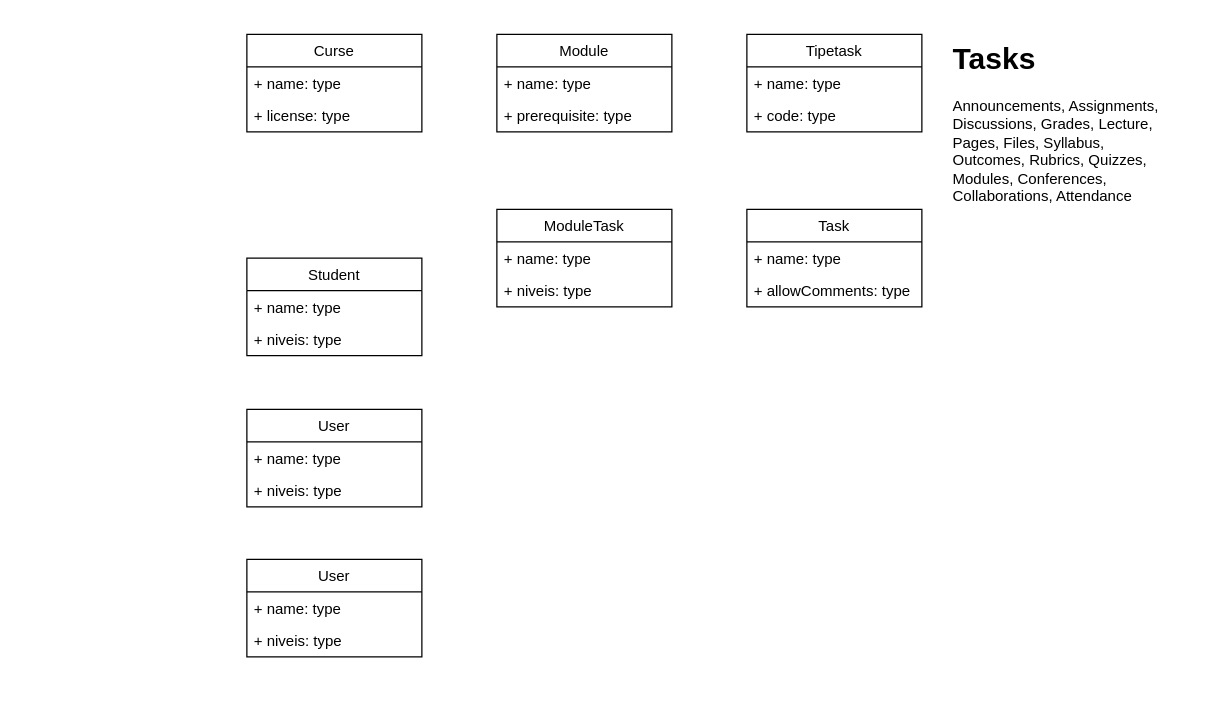
Above: page "Modelo dados" (1 of 4) of data/diagram.drawio in lutonda/lizabox-js (draw.io), before the change. Source tidied: cells renumbered, new cells numbered last; positions are measured from the earlier drawing's top-left corner, leaving out a move shared by most shapes. Both pictures are drawn from the tidied source at 125%, with x=0, y=0 at pixel (246, 34).
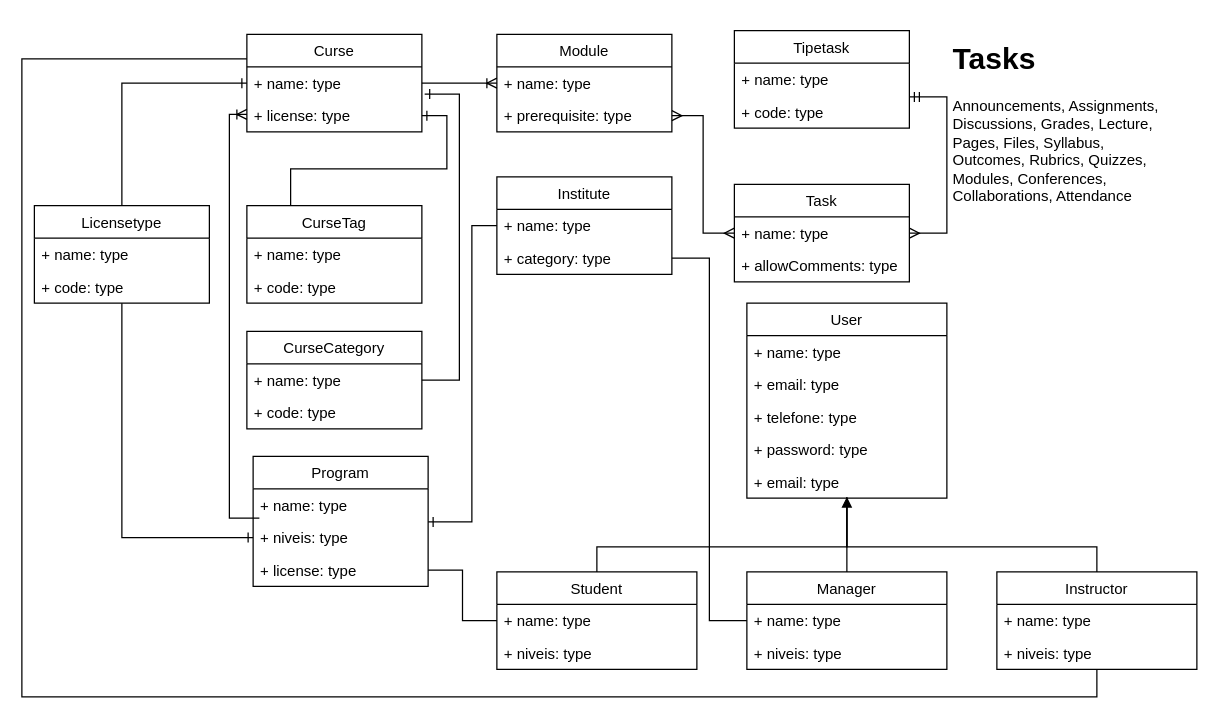
After the change.

The change refers to these unchanged cells:
```xml
<mxCell id="2" value="Curse" style="swimlane;fontStyle=0;horizontal=1;startSize=26;fillColor=none;" parent="1" vertex="1">
  <mxGeometry width="140" height="78" as="geometry" />
</mxCell>
<mxCell id="3" value="+ name: type" style="text;strokeColor=none;fillColor=none;align=left;verticalAlign=top;spacingLeft=4;spacingRight=4;overflow=hidden;points=[[0,0.5],[1,0.5]];portConstraint=eastwest;" parent="2" vertex="1">
  <mxGeometry y="26" width="140" height="26" as="geometry" />
</mxCell>
<mxCell id="4" value="+ license: type" style="text;strokeColor=none;fillColor=none;align=left;verticalAlign=top;spacingLeft=4;spacingRight=4;overflow=hidden;points=[[0,0.5],[1,0.5]];portConstraint=eastwest;" parent="2" vertex="1">
  <mxGeometry y="52" width="140" height="26" as="geometry" />
</mxCell>
<mxCell id="6" value="+ name: type" style="text;strokeColor=none;fillColor=none;align=left;verticalAlign=top;spacingLeft=4;spacingRight=4;overflow=hidden;points=[[0,0.5],[1,0.5]];portConstraint=eastwest;" parent="5" vertex="1">
  <mxGeometry y="26" width="140" height="26" as="geometry" />
</mxCell>
<mxCell id="7" value="+ prerequisite: type" style="text;strokeColor=none;fillColor=none;align=left;verticalAlign=top;spacingLeft=4;spacingRight=4;overflow=hidden;points=[[0,0.5],[1,0.5]];portConstraint=eastwest;" parent="5" vertex="1">
  <mxGeometry y="52" width="140" height="26" as="geometry" />
</mxCell>
<mxCell id="12" value="+ name: type" style="text;strokeColor=none;fillColor=none;align=left;verticalAlign=top;spacingLeft=4;spacingRight=4;overflow=hidden;points=[[0,0.5],[1,0.5]];portConstraint=eastwest;" parent="11" vertex="1">
  <mxGeometry y="26" width="140" height="26" as="geometry" />
</mxCell>
```

The edit, as a diff of the source:
```diff
@@
-    <mxCell id="8" value="ModuleTask" style="swimlane;fontStyle=0;horizontal=1;startSize=26;fillColor=none;" parent="1" vertex="1">
-      <mxGeometry x="200" y="140" width="140" height="78" as="geometry" />
-    </mxCell>
-    <mxCell id="9" value="+ name: type" style="text;strokeColor=none;fillColor=none;align=left;verticalAlign=top;spacingLeft=4;spacingRight=4;overflow=hidden;" parent="8" vertex="1">
-      <mxGeometry y="26" width="140" height="26" as="geometry" />
-    </mxCell>
-    <mxCell id="10" value="+ niveis: type" style="text;strokeColor=none;fillColor=none;align=left;verticalAlign=top;spacingLeft=4;spacingRight=4;overflow=hidden;" parent="8" vertex="1">
-      <mxGeometry y="52" width="140" height="26" as="geometry" />
-    </mxCell>
     <mxCell id="11" value="Task" style="swimlane;fontStyle=0;horizontal=1;startSize=26;fillColor=none;" parent="1" vertex="1">
-      <mxGeometry x="400" y="140" width="140" height="78" as="geometry" />
+      <mxGeometry x="390" y="120" width="140" height="78" as="geometry" />
     </mxCell>
@@
     <mxCell id="14" value="Tipetask" style="swimlane;fontStyle=0;horizontal=1;startSize=26;fillColor=none;" parent="1" vertex="1">
-      <mxGeometry x="400" width="140" height="78" as="geometry" />
+      <mxGeometry x="390" y="-3" width="140" height="78" as="geometry" />
     </mxCell>
@@
-    <mxCell id="18" value="Student" style="swimlane;fontStyle=0;horizontal=1;startSize=26;fillColor=none;" parent="1" vertex="1">
-      <mxGeometry y="179" width="140" height="78" as="geometry" />
-    </mxCell>
-    <mxCell id="19" value="+ name: type" style="text;strokeColor=none;fillColor=none;align=left;verticalAlign=top;spacingLeft=4;spacingRight=4;overflow=hidden;" parent="18" vertex="1">
-      <mxGeometry y="26" width="140" height="26" as="geometry" />
-    </mxCell>
-    <mxCell id="20" value="+ niveis: type" style="text;strokeColor=none;fillColor=none;align=left;verticalAlign=top;spacingLeft=4;spacingRight=4;overflow=hidden;" parent="18" vertex="1">
-      <mxGeometry y="52" width="140" height="26" as="geometry" />
-    </mxCell>
     <mxCell id="21" value="User" style="swimlane;fontStyle=0;horizontal=1;startSize=26;fillColor=none;" parent="1" vertex="1">
-      <mxGeometry y="300" width="140" height="78" as="geometry" />
+      <mxGeometry x="400" y="215" width="160" height="156" as="geometry" />
     </mxCell>
     <mxCell id="22" value="+ name: type" style="text;strokeColor=none;fillColor=none;align=left;verticalAlign=top;spacingLeft=4;spacingRight=4;overflow=hidden;" parent="21" vertex="1">
-      <mxGeometry y="26" width="140" height="26" as="geometry" />
+      <mxGeometry y="26" width="160" height="26" as="geometry" />
     </mxCell>
-    <mxCell id="23" value="+ niveis: type" style="text;strokeColor=none;fillColor=none;align=left;verticalAlign=top;spacingLeft=4;spacingRight=4;overflow=hidden;" parent="21" vertex="1">
-      <mxGeometry y="52" width="140" height="26" as="geometry" />
+    <mxCell id="23" value="+ email: type" style="text;strokeColor=none;fillColor=none;align=left;verticalAlign=top;spacingLeft=4;spacingRight=4;overflow=hidden;" parent="21" vertex="1">
+      <mxGeometry y="52" width="160" height="26" as="geometry" />
     </mxCell>
-    <mxCell id="24" value="User" style="swimlane;fontStyle=0;horizontal=1;startSize=26;fillColor=none;" parent="1" vertex="1">
-      <mxGeometry y="420" width="140" height="78" as="geometry" />
-    </mxCell>
-    <mxCell id="25" value="+ name: type" style="text;strokeColor=none;fillColor=none;align=left;verticalAlign=top;spacingLeft=4;spacingRight=4;overflow=hidden;" parent="24" vertex="1">
-      <mxGeometry y="26" width="140" height="26" as="geometry" />
-    </mxCell>
-    <mxCell id="26" value="+ niveis: type" style="text;strokeColor=none;fillColor=none;align=left;verticalAlign=top;spacingLeft=4;spacingRight=4;overflow=hidden;" parent="24" vertex="1">
-      <mxGeometry y="52" width="140" height="26" as="geometry" />
-    </mxCell>
+    <mxCell id="27" value="+ telefone: type" style="text;strokeColor=none;fillColor=none;align=left;verticalAlign=top;spacingLeft=4;spacingRight=4;overflow=hidden;" parent="21" vertex="1">
+      <mxGeometry y="78" width="160" height="26" as="geometry" />
+    </mxCell>
+    <mxCell id="28" value="+ password: type" style="text;strokeColor=none;fillColor=none;align=left;verticalAlign=top;spacingLeft=4;spacingRight=4;overflow=hidden;" parent="21" vertex="1">
+      <mxGeometry y="104" width="160" height="26" as="geometry" />
+    </mxCell>
+    <mxCell id="29" value="+ email: type" style="text;strokeColor=none;fillColor=none;align=left;verticalAlign=top;spacingLeft=4;spacingRight=4;overflow=hidden;" parent="21" vertex="1">
+      <mxGeometry y="130" width="160" height="26" as="geometry" />
+    </mxCell>
+    <mxCell id="30" style="edgeStyle=orthogonalEdgeStyle;rounded=0;jettySize=auto;html=1;exitX=1;exitY=0.5;exitDx=0;exitDy=0;entryX=0;entryY=0.5;entryDx=0;entryDy=0;endArrow=ERoneToMany;endFill=0;startArrow=none;startFill=0;" parent="1" edge="1" source="3" target="6">
+      <mxGeometry relative="1" as="geometry" />
+    </mxCell>
+    <mxCell id="31" style="edgeStyle=orthogonalEdgeStyle;rounded=0;jettySize=auto;html=1;exitX=1;exitY=0.5;exitDx=0;exitDy=0;entryX=0;entryY=0.5;entryDx=0;entryDy=0;startArrow=ERmany;startFill=0;endArrow=ERmany;endFill=0;" parent="1" edge="1" source="7" target="12">
+      <mxGeometry relative="1" as="geometry" />
+    </mxCell>
+    <mxCell id="32" style="edgeStyle=orthogonalEdgeStyle;rounded=0;jettySize=auto;html=1;entryX=1;entryY=0.5;entryDx=0;entryDy=0;startArrow=ERmandOne;startFill=0;endArrow=ERmany;endFill=0;" parent="1" edge="1" target="12">
+      <mxGeometry relative="1" as="geometry">
+        <mxPoint x="530" y="50" as="sourcePoint" />
+        <Array as="points">
+          <mxPoint x="530" y="50" />
+          <mxPoint x="560" y="50" />
+          <mxPoint x="560" y="159" />
+        </Array>
+      </mxGeometry>
+    </mxCell>
+    <mxCell id="33" style="edgeStyle=orthogonalEdgeStyle;rounded=0;jettySize=auto;html=1;startArrow=none;startFill=0;endArrow=ERoneToMany;endFill=0;" parent="1" edge="1" target="4">
+      <mxGeometry relative="1" as="geometry">
+        <mxPoint x="10" y="387" as="sourcePoint" />
+        <Array as="points">
+          <mxPoint x="-14" y="387" />
+          <mxPoint x="-14" y="64" />
+        </Array>
+      </mxGeometry>
+    </mxCell>
+    <mxCell id="34" value="Program" style="swimlane;fontStyle=0;horizontal=1;startSize=26;fillColor=none;" parent="1" vertex="1">
+      <mxGeometry x="5" y="337.5" width="140" height="104" as="geometry" />
+    </mxCell>
+    <mxCell id="35" value="+ name: type" style="text;strokeColor=none;fillColor=none;align=left;verticalAlign=top;spacingLeft=4;spacingRight=4;overflow=hidden;" parent="34" vertex="1">
+      <mxGeometry y="26" width="140" height="26" as="geometry" />
+    </mxCell>
+    <mxCell id="36" value="+ niveis: type" style="text;strokeColor=none;fillColor=none;align=left;verticalAlign=top;spacingLeft=4;spacingRight=4;overflow=hidden;points=[[0,0.5],[1,0.5]];portConstraint=eastwest;" parent="34" vertex="1">
+      <mxGeometry y="52" width="140" height="26" as="geometry" />
+    </mxCell>
+    <mxCell id="37" value="+ license: type" style="text;strokeColor=none;fillColor=none;align=left;verticalAlign=top;spacingLeft=4;spacingRight=4;overflow=hidden;points=[[0,0.5],[1,0.5]];portConstraint=eastwest;" parent="34" vertex="1">
+      <mxGeometry y="78" width="140" height="26" as="geometry" />
+    </mxCell>
+    <mxCell id="38" style="edgeStyle=orthogonalEdgeStyle;rounded=0;jettySize=auto;html=1;startArrow=none;startFill=0;endArrow=ERone;endFill=0;" parent="1" edge="1" source="39" target="34">
+      <mxGeometry relative="1" as="geometry">
+        <Array as="points">
+          <mxPoint x="180" y="153" />
+          <mxPoint x="180" y="390" />
+        </Array>
+      </mxGeometry>
+    </mxCell>
+    <mxCell id="39" value="Institute" style="swimlane;fontStyle=0;horizontal=1;startSize=26;fillColor=none;" parent="1" vertex="1">
+      <mxGeometry x="200" y="114" width="140" height="78" as="geometry" />
+    </mxCell>
+    <mxCell id="40" value="+ name: type" style="text;strokeColor=none;fillColor=none;align=left;verticalAlign=top;spacingLeft=4;spacingRight=4;overflow=hidden;" parent="39" vertex="1">
+      <mxGeometry y="26" width="140" height="26" as="geometry" />
+    </mxCell>
+    <mxCell id="41" value="+ category: type" style="text;strokeColor=none;fillColor=none;align=left;verticalAlign=top;spacingLeft=4;spacingRight=4;overflow=hidden;points=[[0,0.5],[1,0.5]];portConstraint=eastwest;" parent="39" vertex="1">
+      <mxGeometry y="52" width="140" height="26" as="geometry" />
+    </mxCell>
+    <mxCell id="42" value="CurseCategory" style="swimlane;fontStyle=0;horizontal=1;startSize=26;fillColor=none;" parent="1" vertex="1">
+      <mxGeometry y="237.5" width="140" height="78" as="geometry" />
+    </mxCell>
+    <mxCell id="43" value="+ name: type" style="text;strokeColor=none;fillColor=none;align=left;verticalAlign=top;spacingLeft=4;spacingRight=4;overflow=hidden;points=[[0,0.5],[1,0.5]];portConstraint=eastwest;" parent="42" vertex="1">
+      <mxGeometry y="26" width="140" height="26" as="geometry" />
+    </mxCell>
+    <mxCell id="44" value="+ code: type" style="text;strokeColor=none;fillColor=none;align=left;verticalAlign=top;spacingLeft=4;spacingRight=4;overflow=hidden;" parent="42" vertex="1">
+      <mxGeometry y="52" width="140" height="26" as="geometry" />
+    </mxCell>
+    <mxCell id="45" style="edgeStyle=orthogonalEdgeStyle;rounded=0;jettySize=auto;html=1;exitX=0.25;exitY=0;exitDx=0;exitDy=0;startArrow=none;startFill=0;endArrow=ERone;endFill=0;" parent="1" edge="1" source="46" target="4">
+      <mxGeometry relative="1" as="geometry" />
+    </mxCell>
+    <mxCell id="46" value="CurseTag" style="swimlane;fontStyle=0;horizontal=1;startSize=26;fillColor=none;" parent="1" vertex="1">
+      <mxGeometry y="137" width="140" height="78" as="geometry" />
+    </mxCell>
+    <mxCell id="47" value="+ name: type" style="text;strokeColor=none;fillColor=none;align=left;verticalAlign=top;spacingLeft=4;spacingRight=4;overflow=hidden;" parent="46" vertex="1">
+      <mxGeometry y="26" width="140" height="26" as="geometry" />
+    </mxCell>
+    <mxCell id="48" value="+ code: type" style="text;strokeColor=none;fillColor=none;align=left;verticalAlign=top;spacingLeft=4;spacingRight=4;overflow=hidden;" parent="46" vertex="1">
+      <mxGeometry y="52" width="140" height="26" as="geometry" />
+    </mxCell>
+    <mxCell id="49" style="edgeStyle=orthogonalEdgeStyle;rounded=0;jettySize=auto;html=1;entryX=0;entryY=0.5;entryDx=0;entryDy=0;startArrow=none;startFill=0;endArrow=ERone;endFill=0;" parent="1" edge="1" source="50" target="36">
+      <mxGeometry relative="1" as="geometry">
+        <Array as="points">
+          <mxPoint x="-100" y="403" />
+        </Array>
+      </mxGeometry>
+    </mxCell>
+    <mxCell id="50" value="Licensetype" style="swimlane;fontStyle=0;horizontal=1;startSize=26;fillColor=none;" parent="1" vertex="1">
+      <mxGeometry x="-170" y="137" width="140" height="78" as="geometry" />
+    </mxCell>
+    <mxCell id="51" value="+ name: type" style="text;strokeColor=none;fillColor=none;align=left;verticalAlign=top;spacingLeft=4;spacingRight=4;overflow=hidden;" parent="50" vertex="1">
+      <mxGeometry y="26" width="140" height="26" as="geometry" />
+    </mxCell>
+    <mxCell id="52" value="+ code: type" style="text;strokeColor=none;fillColor=none;align=left;verticalAlign=top;spacingLeft=4;spacingRight=4;overflow=hidden;" parent="50" vertex="1">
+      <mxGeometry y="52" width="140" height="26" as="geometry" />
+    </mxCell>
+    <mxCell id="53" style="edgeStyle=orthogonalEdgeStyle;rounded=0;jettySize=auto;html=1;exitX=0.5;exitY=0;exitDx=0;exitDy=0;entryX=0;entryY=0.5;entryDx=0;entryDy=0;startArrow=none;startFill=0;endArrow=ERone;endFill=0;" parent="1" edge="1" source="50" target="3">
+      <mxGeometry relative="1" as="geometry">
+        <Array as="points">
+          <mxPoint x="-100" y="39" />
+        </Array>
+      </mxGeometry>
+    </mxCell>
+    <mxCell id="54" style="edgeStyle=orthogonalEdgeStyle;rounded=0;jettySize=auto;html=1;exitX=1;exitY=0.5;exitDx=0;exitDy=0;entryX=1.016;entryY=-0.163;entryDx=0;entryDy=0;entryPerimeter=0;startArrow=none;startFill=0;endArrow=ERone;endFill=0;" parent="1" edge="1" source="43" target="4">
+      <mxGeometry relative="1" as="geometry">
+        <Array as="points">
+          <mxPoint x="170" y="276" />
+          <mxPoint x="170" y="47" />
+        </Array>
+      </mxGeometry>
+    </mxCell>
+    <mxCell id="55" style="edgeStyle=orthogonalEdgeStyle;rounded=0;jettySize=auto;html=1;entryX=0.5;entryY=1;entryDx=0;entryDy=0;startArrow=none;startFill=0;endArrow=none;endFill=0;" parent="1" edge="1" source="18" target="21">
+      <mxGeometry relative="1" as="geometry">
+        <Array as="points">
+          <mxPoint x="280" y="410" />
+          <mxPoint x="480" y="410" />
+        </Array>
+      </mxGeometry>
+    </mxCell>
+    <mxCell id="18" value="Student" style="swimlane;fontStyle=0;horizontal=1;startSize=26;fillColor=none;" parent="1" vertex="1">
+      <mxGeometry x="200" y="430" width="160" height="78" as="geometry" />
+    </mxCell>
+    <mxCell id="56" value="+ name: type" style="text;strokeColor=none;fillColor=none;align=left;verticalAlign=top;spacingLeft=4;spacingRight=4;overflow=hidden;points=[[0,0.5],[1,0.5]];portConstraint=eastwest;" parent="18" vertex="1">
+      <mxGeometry y="26" width="160" height="26" as="geometry" />
+    </mxCell>
+    <mxCell id="57" value="+ niveis: type" style="text;strokeColor=none;fillColor=none;align=left;verticalAlign=top;spacingLeft=4;spacingRight=4;overflow=hidden;" parent="18" vertex="1">
+      <mxGeometry y="52" width="160" height="26" as="geometry" />
+    </mxCell>
+    <mxCell id="58" style="edgeStyle=orthogonalEdgeStyle;rounded=0;jettySize=auto;html=1;exitX=0.5;exitY=0;exitDx=0;exitDy=0;startArrow=none;startFill=0;endArrow=block;endFill=1;" parent="1" edge="1" source="59">
+      <mxGeometry relative="1" as="geometry">
+        <mxPoint x="480" y="370" as="targetPoint" />
+      </mxGeometry>
+    </mxCell>
+    <mxCell id="59" value="Manager" style="swimlane;fontStyle=0;horizontal=1;startSize=26;fillColor=none;" parent="1" vertex="1">
+      <mxGeometry x="400" y="430" width="160" height="78" as="geometry" />
+    </mxCell>
+    <mxCell id="60" value="+ name: type" style="text;strokeColor=none;fillColor=none;align=left;verticalAlign=top;spacingLeft=4;spacingRight=4;overflow=hidden;points=[[0,0.5],[1,0.5]];portConstraint=eastwest;" parent="59" vertex="1">
+      <mxGeometry y="26" width="160" height="26" as="geometry" />
+    </mxCell>
+    <mxCell id="61" value="+ niveis: type" style="text;strokeColor=none;fillColor=none;align=left;verticalAlign=top;spacingLeft=4;spacingRight=4;overflow=hidden;" parent="59" vertex="1">
+      <mxGeometry y="52" width="160" height="26" as="geometry" />
+    </mxCell>
+    <mxCell id="62" style="edgeStyle=orthogonalEdgeStyle;rounded=0;jettySize=auto;html=1;startArrow=none;startFill=0;endArrow=none;endFill=0;" parent="1" edge="1" source="64">
+      <mxGeometry relative="1" as="geometry">
+        <mxPoint x="480" y="370" as="targetPoint" />
+        <Array as="points">
+          <mxPoint x="680" y="410" />
+          <mxPoint x="480" y="410" />
+        </Array>
+      </mxGeometry>
+    </mxCell>
+    <mxCell id="63" style="edgeStyle=orthogonalEdgeStyle;rounded=0;jettySize=auto;html=1;entryX=0;entryY=0.25;entryDx=0;entryDy=0;startArrow=none;startFill=0;endArrow=none;endFill=0;" parent="1" edge="1" source="64" target="2">
+      <mxGeometry relative="1" as="geometry">
+        <Array as="points">
+          <mxPoint x="680" y="530" />
+          <mxPoint x="-180" y="530" />
+          <mxPoint x="-180" y="19" />
+        </Array>
+      </mxGeometry>
+    </mxCell>
+    <mxCell id="64" value="Instructor" style="swimlane;fontStyle=0;horizontal=1;startSize=26;fillColor=none;" parent="1" vertex="1">
+      <mxGeometry x="600" y="430" width="160" height="78" as="geometry" />
+    </mxCell>
+    <mxCell id="65" value="+ name: type" style="text;strokeColor=none;fillColor=none;align=left;verticalAlign=top;spacingLeft=4;spacingRight=4;overflow=hidden;" parent="64" vertex="1">
+      <mxGeometry y="26" width="160" height="26" as="geometry" />
+    </mxCell>
+    <mxCell id="66" value="+ niveis: type" style="text;strokeColor=none;fillColor=none;align=left;verticalAlign=top;spacingLeft=4;spacingRight=4;overflow=hidden;" parent="64" vertex="1">
+      <mxGeometry y="52" width="160" height="26" as="geometry" />
+    </mxCell>
+    <mxCell id="67" style="edgeStyle=orthogonalEdgeStyle;rounded=0;jettySize=auto;html=1;startArrow=none;startFill=0;endArrow=none;endFill=0;" parent="1" edge="1" source="56" target="37">
+      <mxGeometry relative="1" as="geometry" />
+    </mxCell>
+    <mxCell id="68" style="edgeStyle=orthogonalEdgeStyle;rounded=0;jettySize=auto;html=1;entryX=1;entryY=0.5;entryDx=0;entryDy=0;startArrow=none;startFill=0;endArrow=none;endFill=0;" parent="1" edge="1" source="60" target="41">
+      <mxGeometry relative="1" as="geometry" />
+    </mxCell>
```
